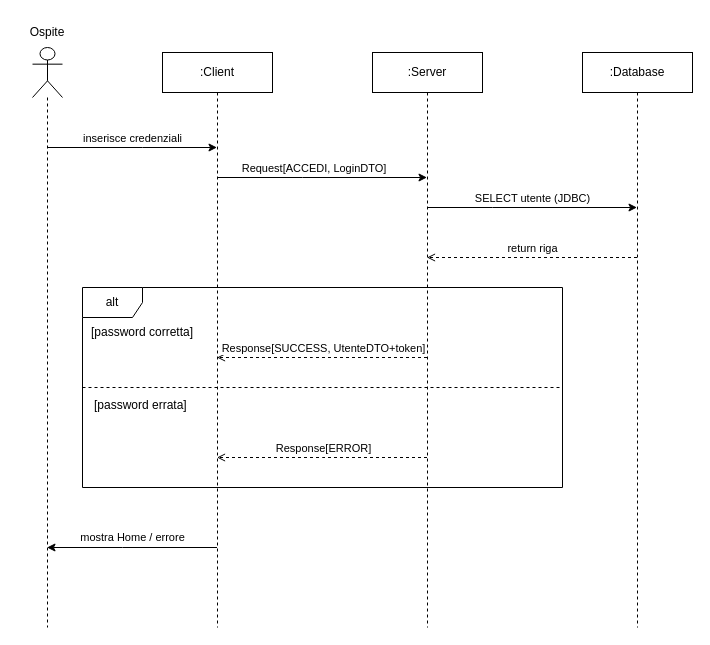
Above: page "LoginAstratto" (2 of 6) of Progettazione/Barlera/Diagrammi/SequenceDiagram.drawio in FloshDev/TheKnife-B (draw.io), before the change. Source tidied: cells renumbered, new cells numbered last; positions are measured from the earlier drawing's top-left corner, leaving out a move shared by most shapes. Both pictures are drawn from the tidied source at 100%, with x=0, y=0 at pixel (17, 17).
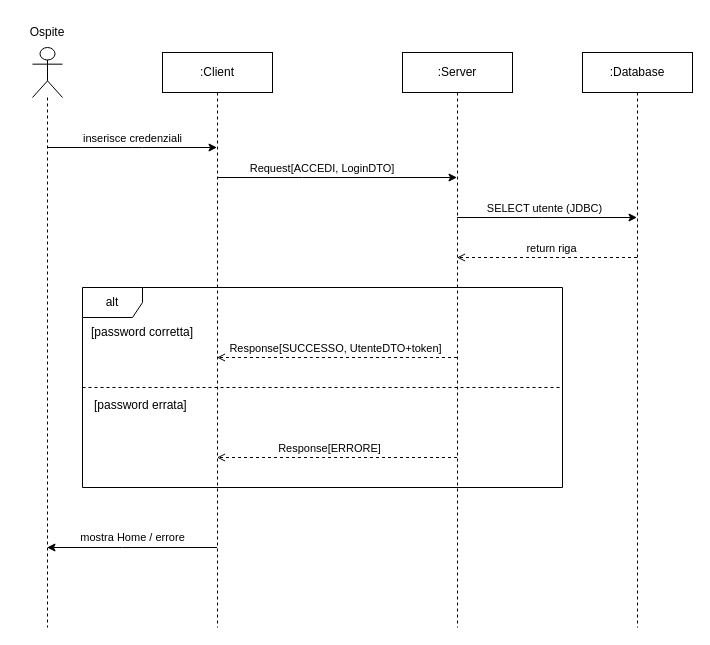
The same page after the edit.

The change refers to these unchanged cells:
```xml
<mxCell id="12" style="edgeStyle=elbowEdgeStyle;rounded=0;jettySize=auto;html=1;elbow=vertical;curved=0;dashed=1;endArrow=open;endFill=0;" parent="1" edge="1" source="16" target="9">
  <mxGeometry relative="1" as="geometry">
    <Array as="points">
      <mxPoint x="295" y="340" />
    </Array>
  </mxGeometry>
</mxCell>
<mxCell id="14" style="edgeStyle=elbowEdgeStyle;rounded=0;jettySize=auto;html=1;elbow=vertical;curved=0;dashed=1;endArrow=open;endFill=0;" parent="1" edge="1" source="16" target="9">
  <mxGeometry relative="1" as="geometry">
    <Array as="points">
      <mxPoint x="305" y="440" />
    </Array>
  </mxGeometry>
</mxCell>
<mxCell id="19" value=":Database" style="shape=umlLifeline;perimeter=lifelinePerimeter;whiteSpace=wrap;html=1;outlineConnect=0;portConstraint=eastwest;newEdgeStyle={&quot;edgeStyle&quot;:&quot;elbowEdgeStyle&quot;,&quot;elbow&quot;:&quot;vertical&quot;,&quot;curved&quot;:0,&quot;rounded&quot;:0};" parent="1" vertex="1">
  <mxGeometry x="565" y="35" width="110" height="575" as="geometry" />
</mxCell>
```

Diff of the diagram source:
```diff
@@
     <mxCell id="10" style="edgeStyle=elbowEdgeStyle;rounded=0;jettySize=auto;html=1;elbow=vertical;curved=0;" parent="1" edge="1" source="16" target="19">
       <mxGeometry relative="1" as="geometry">
         <Array as="points">
-          <mxPoint x="475" y="190" />
+          <mxPoint x="525" y="200" />
         </Array>
       </mxGeometry>
     </mxCell>
@@
-    <mxCell id="13" value="Response[SUCCESS, UtenteDTO+token]" style="edgeLabel;html=1;align=center;verticalAlign=middle;" parent="12" vertex="1">
+    <mxCell id="13" value="Response[SUCCESSO, UtenteDTO+token]" style="edgeLabel;html=1;align=center;verticalAlign=middle;" parent="12" vertex="1">
       <mxGeometry x="0.2" y="-1" relative="1" as="geometry">
         <mxPoint x="22" y="-9" as="offset" />
       </mxGeometry>
     </mxCell>
@@
-    <mxCell id="15" value="Response[ERROR]" style="edgeLabel;html=1;align=center;verticalAlign=middle;" parent="14" vertex="1">
+    <mxCell id="15" value="Response[ERRORE]" style="edgeLabel;html=1;align=center;verticalAlign=middle;" parent="14" vertex="1">
       <mxGeometry x="0.6" y="-1" relative="1" as="geometry">
         <mxPoint x="64" y="-9" as="offset" />
       </mxGeometry>
     </mxCell>
     <mxCell id="16" value=":Server" style="shape=umlLifeline;perimeter=lifelinePerimeter;whiteSpace=wrap;html=1;outlineConnect=0;portConstraint=eastwest;newEdgeStyle={&quot;edgeStyle&quot;:&quot;elbowEdgeStyle&quot;,&quot;elbow&quot;:&quot;vertical&quot;,&quot;curved&quot;:0,&quot;rounded&quot;:0};" parent="1" vertex="1">
-      <mxGeometry x="355" y="35" width="110" height="575" as="geometry" />
+      <mxGeometry x="385" y="35" width="110" height="575" as="geometry" />
     </mxCell>
```
